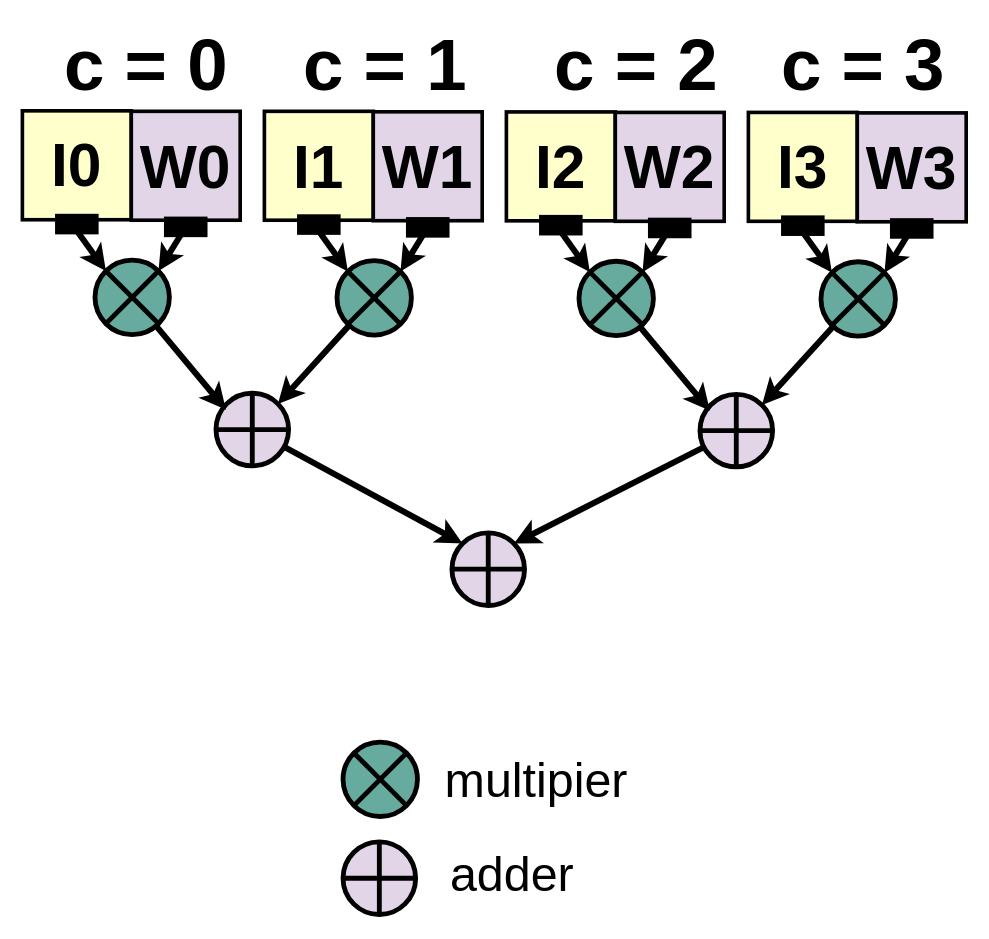
asultan123/MSPaper keeps this draw.io diagram as FigSource/unroll_c.drawio. Above is the earlier version. Source tidied: cells renumbered, new cells numbered last; positions are measured from the earlier drawing's top-left corner, leaving out a move shared by most shapes. Both pictures are drawn from the tidied source at 121%, with x=0, y=0 at pixel (22, 52).
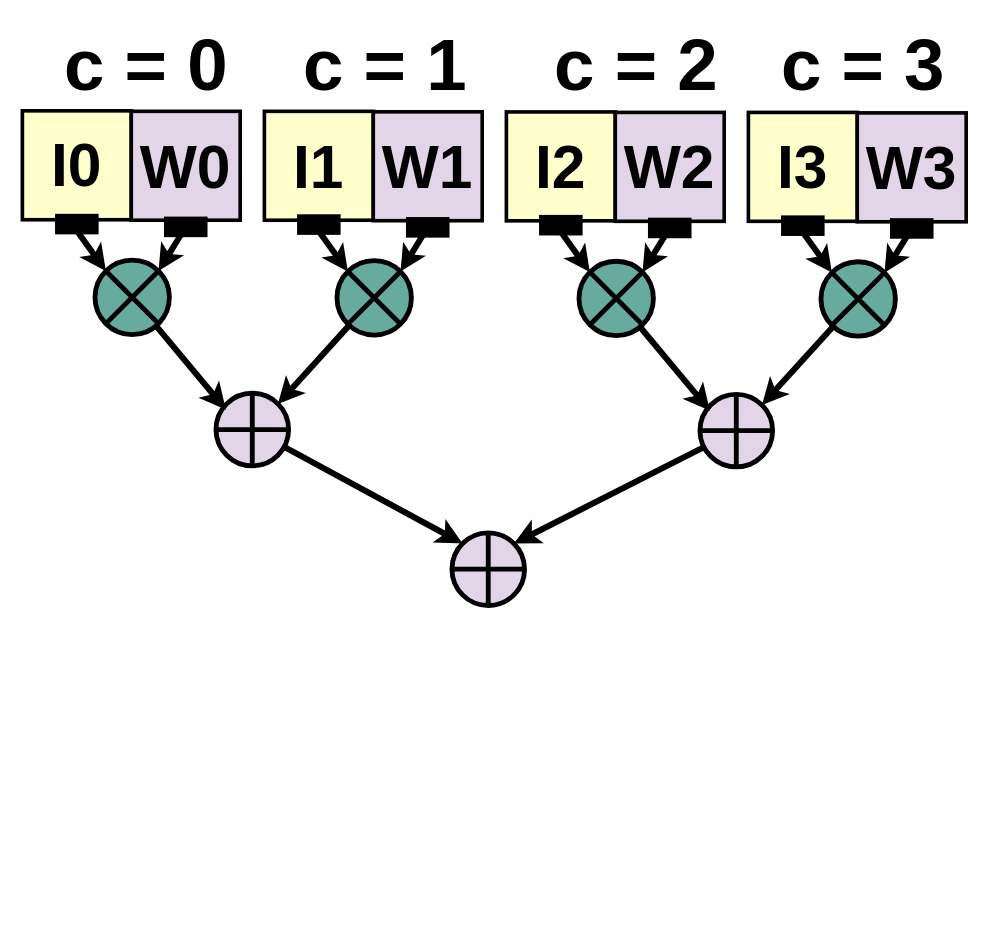
The same diagram, later.

Diff of the diagram source:
```diff
@@
-    <mxCell id="64" style="group;" parent="1" vertex="1">
-      <mxGeometry x="265" y="569.8" width="80" height="80" as="geometry" />
-    </mxCell>
-    <mxCell id="65" style="ellipse;whiteSpace=wrap;html=1;fillColor=#67AB9F;strokeWidth=4;strokeColor=#000000;" parent="64" vertex="1">
-      <mxGeometry width="61.5" height="61.5" as="geometry" />
-    </mxCell>
-    <mxCell id="66" style="endArrow=none;html=1;rounded=0;strokeColor=#000000;strokeWidth=4;exitX=0;exitY=0;exitDx=0;exitDy=0;entryX=1;entryY=1;entryDx=0;entryDy=0;" parent="64" edge="1" source="65" target="65">
-      <mxGeometry relative="1" as="geometry" />
-    </mxCell>
-    <mxCell id="67" style="endArrow=none;html=1;rounded=0;strokeColor=#000000;strokeWidth=4;exitX=0;exitY=1;exitDx=0;exitDy=0;entryX=1;entryY=0;entryDx=0;entryDy=0;" parent="64" edge="1" source="65" target="65">
-      <mxGeometry relative="1" as="geometry" />
-    </mxCell>
-    <mxCell id="68" style="group;" parent="1" vertex="1">
-      <mxGeometry x="270" y="652.3" width="60" height="60" as="geometry" />
-    </mxCell>
-    <mxCell id="69" style="ellipse;whiteSpace=wrap;html=1;fillColor=#e1d5e7;strokeColor=#000000;strokeWidth=4;" parent="68" vertex="1">
-      <mxGeometry x="-5" width="60" height="60" as="geometry" />
-    </mxCell>
-    <mxCell id="70" style="endArrow=none;html=1;rounded=0;strokeColor=#000000;entryX=0.5;entryY=0;entryDx=0;entryDy=0;exitX=0.5;exitY=1;exitDx=0;exitDy=0;strokeWidth=4;" parent="68" edge="1" source="69" target="69">
-      <mxGeometry relative="1" as="geometry" />
-    </mxCell>
-    <mxCell id="71" style="endArrow=none;html=1;rounded=0;strokeColor=#000000;entryX=0;entryY=0.5;entryDx=0;entryDy=0;exitX=1;exitY=0.5;exitDx=0;exitDy=0;strokeWidth=4;" parent="68" edge="1" source="69" target="69">
-      <mxGeometry relative="1" as="geometry" />
-    </mxCell>
-    <mxCell id="72" value="multipier" style="text;html=1;strokeColor=none;fillColor=none;align=center;verticalAlign=middle;whiteSpace=wrap;rounded=0;fontSize=40;" parent="1" vertex="1">
-      <mxGeometry x="360" y="590.8" width="130" height="20" as="geometry" />
-    </mxCell>
-    <mxCell id="73" value="adder" style="text;html=1;strokeColor=none;fillColor=none;align=center;verticalAlign=middle;whiteSpace=wrap;rounded=0;fontSize=40;" parent="1" vertex="1">
-      <mxGeometry x="340" y="668.3" width="130" height="20" as="geometry" />
-    </mxCell>
```
